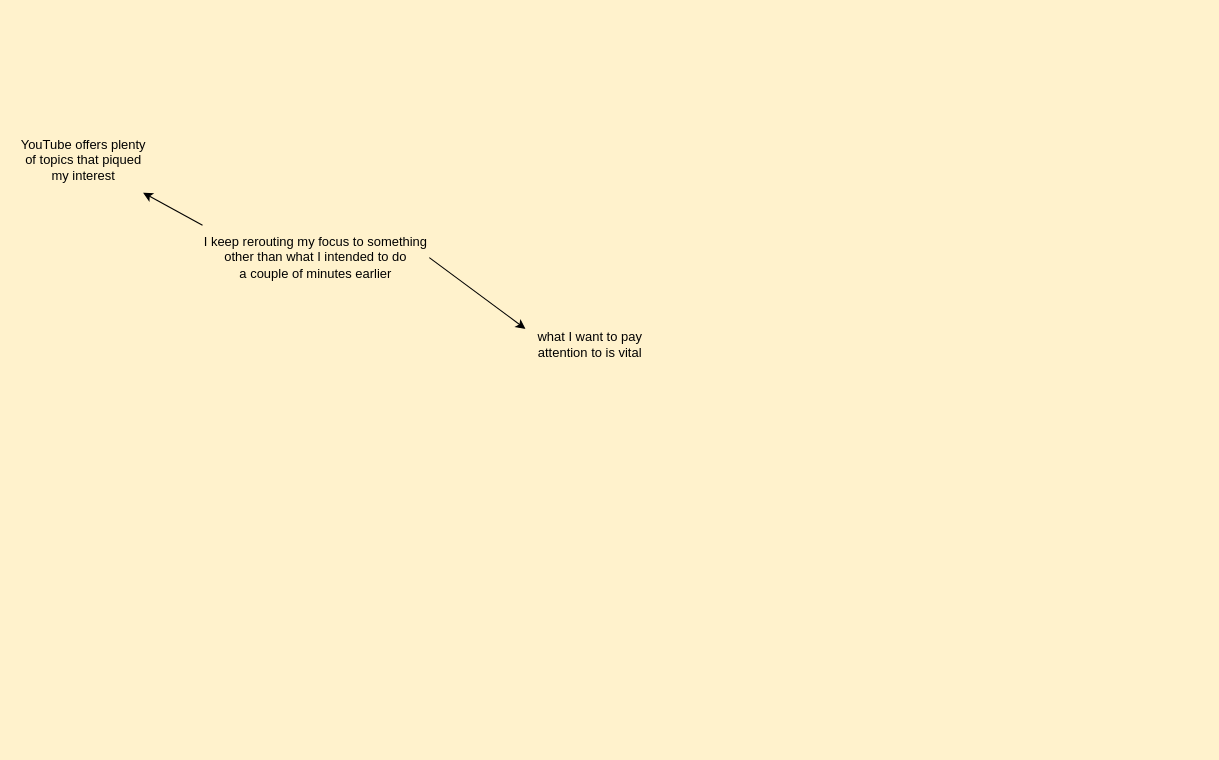
Above: focus troublehooting.drawio in klapparkatten/tes (draw.io), before the change. Source tidied: cells renumbered, new cells numbered last; positions are measured from the earlier drawing's top-left corner, leaving out a move shared by most shapes. Both pictures are drawn from the tidied source at 108%, with x=0, y=0 at pixel (18, 127).
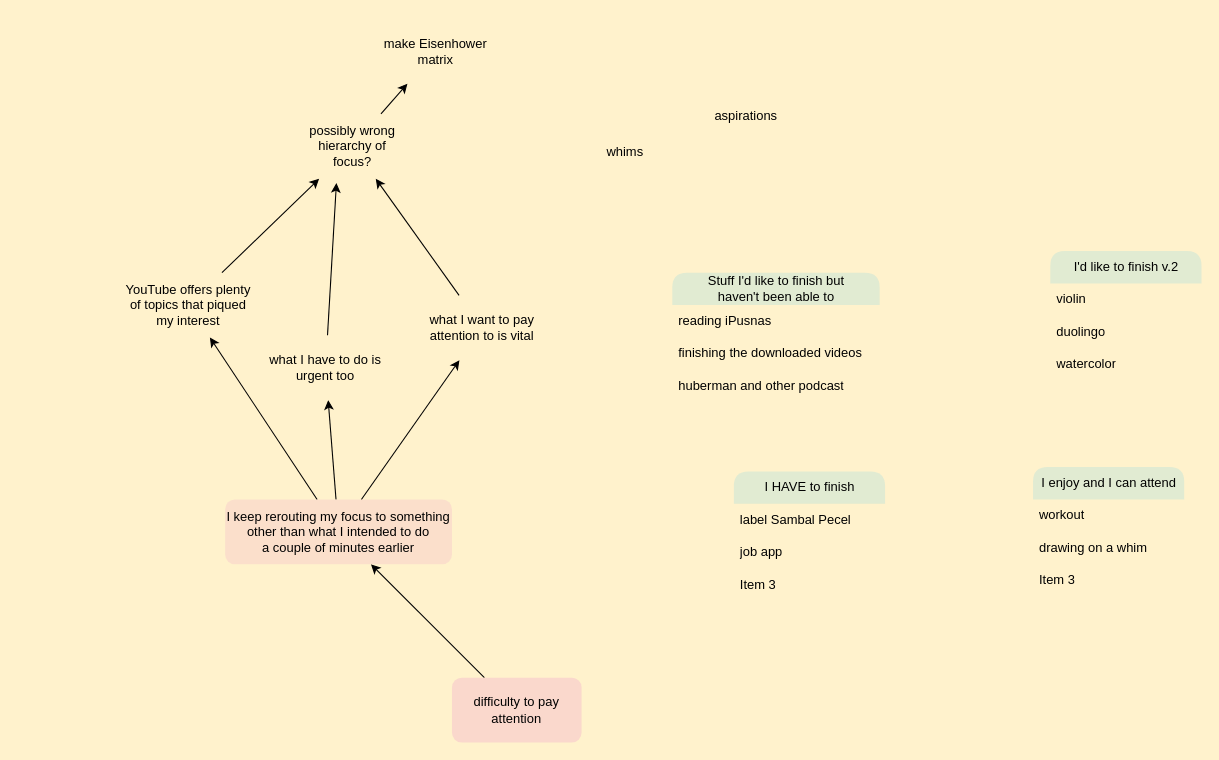
The same page after the edit.

Change to the diagram source:
```diff
@@
+    <mxCell id="7" style="edgeStyle=none;rounded=0;jettySize=auto;html=1;fontFamily=Helvetica;fontSize=12;fontColor=default;" parent="1" edge="1" source="2" target="13">
+      <mxGeometry relative="1" as="geometry" />
+    </mxCell>
     <mxCell id="2" value="YouTube offers plenty of topics that piqued my interest" style="whiteSpace=wrap;html=1;strokeColor=none;fillColor=none;" parent="1" vertex="1">
-      <mxGeometry width="120" height="60" as="geometry" />
+      <mxGeometry x="97" y="134" width="120" height="60" as="geometry" />
     </mxCell>
+    <mxCell id="8" style="edgeStyle=none;rounded=0;jettySize=auto;html=1;fontFamily=Helvetica;fontSize=12;fontColor=default;" parent="1" edge="1" source="5" target="11">
+      <mxGeometry relative="1" as="geometry" />
+    </mxCell>
+    <mxCell id="4" style="edgeStyle=none;rounded=0;jettySize=auto;html=1;fontFamily=Helvetica;fontSize=12;fontColor=default;" parent="1" edge="1" source="5" target="6">
+      <mxGeometry relative="1" as="geometry" />
+    </mxCell>
-    <mxCell id="3" style="edgeStyle=none;rounded=0;jettySize=auto;html=1;exitX=0;exitY=0;exitDx=0;exitDy=0;" parent="1" edge="1" source="5" target="2">
+    <mxCell id="3" style="edgeStyle=none;rounded=0;jettySize=auto;html=1;fontFamily=Helvetica;fontSize=12;fontColor=default;" parent="1" edge="1" source="5" target="2">
       <mxGeometry relative="1" as="geometry" />
     </mxCell>
-    <mxCell id="4" style="edgeStyle=none;rounded=0;jettySize=auto;html=1;exitX=1;exitY=0.5;exitDx=0;exitDy=0;entryX=0;entryY=0.25;entryDx=0;entryDy=0;" parent="1" edge="1" source="5" target="6">
-      <mxGeometry relative="1" as="geometry" />
-    </mxCell>
-    <mxCell id="5" value="I keep rerouting my focus to something&lt;br&gt;other than what I intended to do&lt;br&gt;a couple of minutes earlier" style="whiteSpace=wrap;html=1;fillColor=none;strokeColor=none;" parent="1" vertex="1">
-      <mxGeometry x="170" y="90" width="210" height="60" as="geometry" />
+    <mxCell id="5" value="I keep rerouting my focus to something&lt;br&gt;other than what I intended to do&lt;br&gt;a couple of minutes earlier" style="whiteSpace=wrap;html=1;fillColor=#f8cecc;strokeColor=none;rounded=1;opacity=50;" parent="1" vertex="1">
+      <mxGeometry x="191" y="344" width="210" height="60" as="geometry" />
     </mxCell>
+    <mxCell id="9" style="edgeStyle=none;rounded=0;jettySize=auto;html=1;fontFamily=Helvetica;fontSize=12;fontColor=default;" parent="1" edge="1" source="6" target="13">
+      <mxGeometry relative="1" as="geometry" />
+    </mxCell>
     <mxCell id="6" value="what I want to pay attention to is vital" style="whiteSpace=wrap;html=1;fillColor=none;strokeColor=none;" parent="1" vertex="1">
-      <mxGeometry x="469" y="171" width="120" height="60" as="geometry" />
+      <mxGeometry x="369" y="155" width="120" height="60" as="geometry" />
     </mxCell>
+    <mxCell id="10" style="edgeStyle=none;rounded=0;jettySize=auto;html=1;entryX=0.375;entryY=1.067;entryDx=0;entryDy=0;entryPerimeter=0;fontFamily=Helvetica;fontSize=12;fontColor=default;" parent="1" edge="1" source="11" target="13">
+      <mxGeometry relative="1" as="geometry" />
+    </mxCell>
+    <mxCell id="11" value="what I have to do is urgent too" style="whiteSpace=wrap;html=1;fillColor=none;strokeColor=none;" parent="1" vertex="1">
+      <mxGeometry x="224" y="192" width="120" height="60" as="geometry" />
+    </mxCell>
+    <mxCell id="12" style="edgeStyle=none;rounded=0;jettySize=auto;html=1;fontFamily=Helvetica;fontSize=12;fontColor=default;" parent="1" edge="1" source="13" target="14">
+      <mxGeometry relative="1" as="geometry" />
+    </mxCell>
+    <mxCell id="13" value="possibly wrong hierarchy of&lt;br&gt;focus?" style="whiteSpace=wrap;html=1;fillColor=none;strokeColor=none;" parent="1" vertex="1">
+      <mxGeometry x="249" y="-13" width="120" height="60" as="geometry" />
+    </mxCell>
+    <mxCell id="14" value="make Eisenhower matrix" style="whiteSpace=wrap;html=1;rounded=0;fontFamily=Helvetica;fontSize=12;fontColor=default;fillColor=none;opacity=50;strokeColor=none;" parent="1" vertex="1">
+      <mxGeometry x="326" y="-101" width="120" height="60" as="geometry" />
+    </mxCell>
+    <mxCell id="15" style="rounded=0;jettySize=auto;html=1;fontFamily=Helvetica;fontSize=12;fontColor=default;" parent="1" edge="1" source="16" target="5">
+      <mxGeometry relative="1" as="geometry" />
+    </mxCell>
+    <mxCell id="16" value="difficulty to pay attention" style="whiteSpace=wrap;html=1;rounded=1;fontFamily=Helvetica;fontSize=12;fillColor=#f8cecc;opacity=70;strokeColor=none;" parent="1" vertex="1">
+      <mxGeometry x="401" y="509" width="120" height="60" as="geometry" />
+    </mxCell>
+    <mxCell id="17" value="&lt;span&gt;Stuff I'd like to finish but &lt;br&gt;haven't been able to&lt;br&gt;&lt;/span&gt;" style="swimlane;fontStyle=0;horizontal=1;startSize=30;rounded=1;fontFamily=Helvetica;fontSize=12;fillColor=#d5e8d4;opacity=70;html=1;strokeColor=none;" parent="1" vertex="1">
+      <mxGeometry x="605" y="134" width="192" height="120" as="geometry" />
+    </mxCell>
+    <mxCell id="18" value="reading iPusnas" style="text;strokeColor=none;fillColor=none;align=left;verticalAlign=middle;spacingLeft=4;spacingRight=4;overflow=hidden;rounded=1;fontFamily=Helvetica;fontSize=12;fontColor=default;opacity=70;html=1;" parent="17" vertex="1">
+      <mxGeometry y="30" width="192" height="30" as="geometry" />
+    </mxCell>
+    <mxCell id="19" value="finishing the downloaded videos" style="text;strokeColor=none;fillColor=none;align=left;verticalAlign=middle;spacingLeft=4;spacingRight=4;overflow=hidden;rounded=1;fontFamily=Helvetica;fontSize=12;fontColor=default;opacity=70;html=1;" parent="17" vertex="1">
+      <mxGeometry y="60" width="192" height="30" as="geometry" />
+    </mxCell>
+    <mxCell id="20" value="huberman and other podcast" style="text;strokeColor=none;fillColor=none;align=left;verticalAlign=middle;spacingLeft=4;spacingRight=4;overflow=hidden;rounded=1;fontFamily=Helvetica;fontSize=12;fontColor=default;opacity=70;html=1;" parent="17" vertex="1">
+      <mxGeometry y="90" width="192" height="30" as="geometry" />
+    </mxCell>
+    <mxCell id="21" value="I HAVE to finish" style="swimlane;fontStyle=0;horizontal=1;startSize=30;rounded=1;fontFamily=Helvetica;fontSize=12;fontColor=default;fillColor=#d5e8d4;opacity=70;html=1;strokeColor=none;" parent="1" vertex="1">
+      <mxGeometry x="662" y="318" width="140" height="120" as="geometry" />
+    </mxCell>
+    <mxCell id="22" value="label Sambal Pecel" style="text;strokeColor=none;fillColor=none;align=left;verticalAlign=middle;spacingLeft=4;spacingRight=4;overflow=hidden;rounded=1;fontFamily=Helvetica;fontSize=12;fontColor=default;startSize=30;opacity=70;html=1;" parent="21" vertex="1">
+      <mxGeometry y="30" width="140" height="30" as="geometry" />
+    </mxCell>
+    <mxCell id="23" value="job app" style="text;strokeColor=none;fillColor=none;align=left;verticalAlign=middle;spacingLeft=4;spacingRight=4;overflow=hidden;rounded=1;fontFamily=Helvetica;fontSize=12;fontColor=default;startSize=30;opacity=70;html=1;" parent="21" vertex="1">
+      <mxGeometry y="60" width="140" height="30" as="geometry" />
+    </mxCell>
+    <mxCell id="24" value="Item 3" style="text;strokeColor=none;fillColor=none;align=left;verticalAlign=middle;spacingLeft=4;spacingRight=4;overflow=hidden;rounded=1;fontFamily=Helvetica;fontSize=12;fontColor=default;startSize=30;opacity=70;html=1;" parent="21" vertex="1">
+      <mxGeometry y="90" width="140" height="30" as="geometry" />
+    </mxCell>
+    <mxCell id="25" value="I'd like to finish v.2" style="swimlane;fontStyle=0;horizontal=1;startSize=30;rounded=1;fontFamily=Helvetica;fontSize=12;fontColor=default;fillColor=#d5e8d4;opacity=70;html=1;strokeColor=none;" parent="1" vertex="1">
+      <mxGeometry x="955" y="114" width="140" height="120" as="geometry" />
+    </mxCell>
+    <mxCell id="26" value="violin" style="text;strokeColor=none;fillColor=none;align=left;verticalAlign=middle;spacingLeft=4;spacingRight=4;overflow=hidden;rounded=1;fontFamily=Helvetica;fontSize=12;fontColor=default;startSize=30;opacity=70;html=1;" parent="25" vertex="1">
+      <mxGeometry y="30" width="140" height="30" as="geometry" />
+    </mxCell>
+    <mxCell id="27" value="duolingo" style="text;strokeColor=none;fillColor=none;align=left;verticalAlign=middle;spacingLeft=4;spacingRight=4;overflow=hidden;rounded=1;fontFamily=Helvetica;fontSize=12;fontColor=default;startSize=30;opacity=70;html=1;" parent="25" vertex="1">
+      <mxGeometry y="60" width="140" height="30" as="geometry" />
+    </mxCell>
+    <mxCell id="28" value="watercolor" style="text;strokeColor=none;fillColor=none;align=left;verticalAlign=middle;spacingLeft=4;spacingRight=4;overflow=hidden;rounded=1;fontFamily=Helvetica;fontSize=12;fontColor=default;startSize=30;opacity=70;html=1;" parent="25" vertex="1">
+      <mxGeometry y="90" width="140" height="30" as="geometry" />
+    </mxCell>
+    <mxCell id="29" value="I enjoy and I can attend" style="swimlane;fontStyle=0;horizontal=1;startSize=30;rounded=1;fontFamily=Helvetica;fontSize=12;fontColor=default;fillColor=#d5e8d4;opacity=70;html=1;strokeColor=none;" parent="1" vertex="1">
+      <mxGeometry x="939" y="314" width="140" height="120" as="geometry" />
+    </mxCell>
+    <mxCell id="30" value="workout" style="text;strokeColor=none;fillColor=none;align=left;verticalAlign=middle;spacingLeft=4;spacingRight=4;overflow=hidden;rounded=1;fontFamily=Helvetica;fontSize=12;fontColor=default;startSize=30;opacity=70;html=1;" parent="29" vertex="1">
+      <mxGeometry y="30" width="140" height="30" as="geometry" />
+    </mxCell>
+    <mxCell id="31" value="drawing on a whim" style="text;strokeColor=none;fillColor=none;align=left;verticalAlign=middle;spacingLeft=4;spacingRight=4;overflow=hidden;rounded=1;fontFamily=Helvetica;fontSize=12;fontColor=default;startSize=30;opacity=70;html=1;" parent="29" vertex="1">
+      <mxGeometry y="60" width="140" height="30" as="geometry" />
+    </mxCell>
+    <mxCell id="32" value="Item 3" style="text;strokeColor=none;fillColor=none;align=left;verticalAlign=middle;spacingLeft=4;spacingRight=4;overflow=hidden;rounded=1;fontFamily=Helvetica;fontSize=12;fontColor=default;startSize=30;opacity=70;html=1;" parent="29" vertex="1">
+      <mxGeometry y="90" width="140" height="30" as="geometry" />
+    </mxCell>
+    <mxCell id="33" value="whims&lt;br&gt;" style="text;html=1;align=center;verticalAlign=middle;strokeColor=none;fillColor=none;fontSize=12;fontFamily=Helvetica;fontColor=default;" parent="1" vertex="1">
+      <mxGeometry x="539" y="13" width="44" height="18" as="geometry" />
+    </mxCell>
+    <mxCell id="34" value="aspirations" style="text;html=1;align=center;verticalAlign=middle;strokeColor=none;fillColor=none;fontSize=12;fontFamily=Helvetica;fontColor=default;" parent="1" vertex="1">
+      <mxGeometry x="639" y="-20" width="68" height="18" as="geometry" />
+    </mxCell>
```
